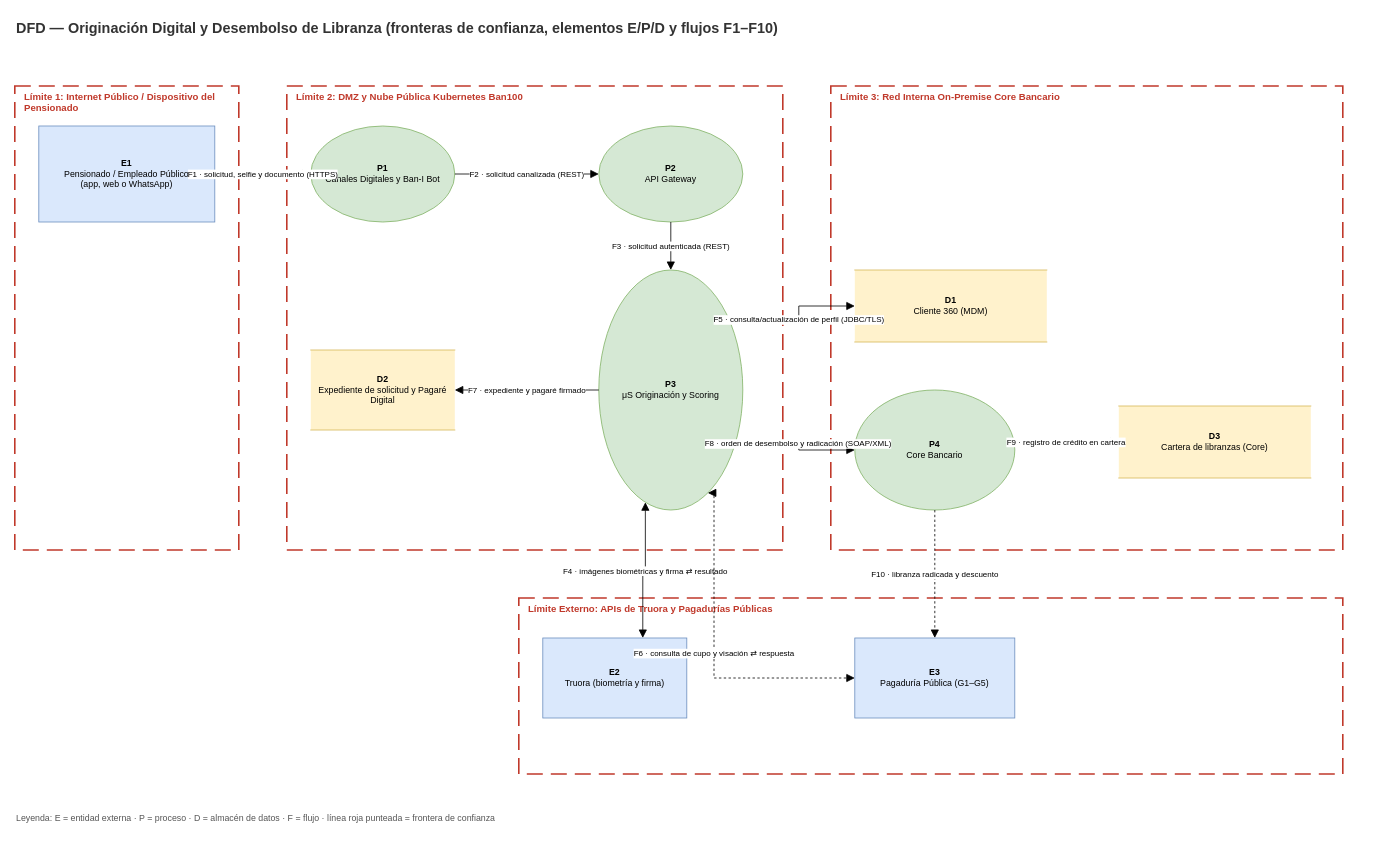
The draw.io diagram 05-seguridad-stride/dfd-originacion-libranza.drawio in samuelguar/AE-Grupo-Ban100, before the edit. Source tidied: cells renumbered, new cells numbered last; positions are measured from the earlier drawing's top-left corner, leaving out a move shared by most shapes. Both pictures are drawn from the tidied source at 80%, with x=0, y=0 at pixel (14, 14).
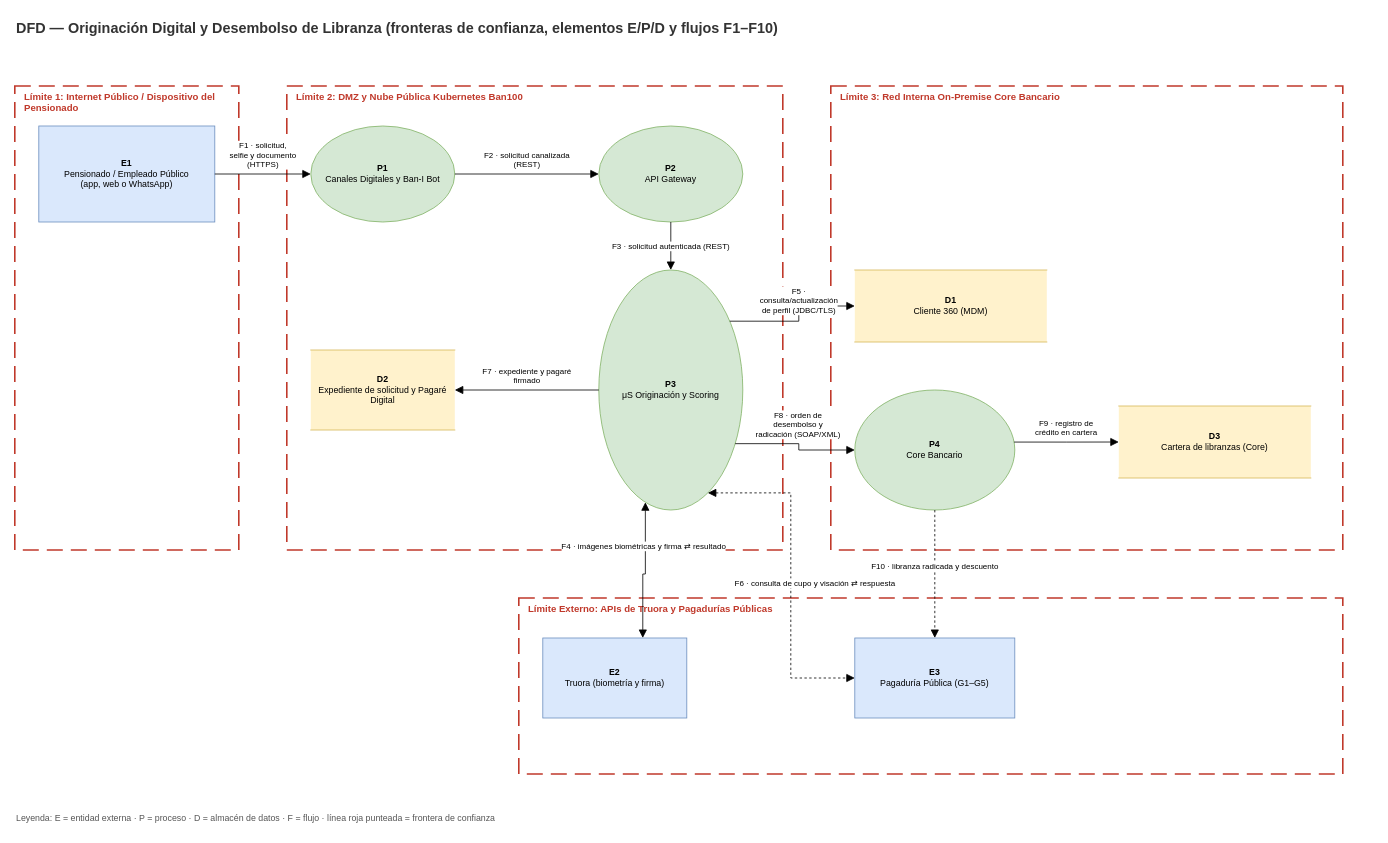
After the change.

The edit, as a diff of the source:
```diff
@@
-    <mxCell id="2" value="&lt;b&gt;DFD — Originación Digital y Desembolso de Libranza (fronteras de confianza, elementos E/P/D y flujos F1–F10)&lt;/b&gt;" style="text;html=1;whiteSpace=wrap;align=left;verticalAlign=middle;fillColor=none;strokeColor=none;labelBackgroundColor=none;fontSize=18;fontColor=#333333;" parent="1" vertex="1">
+    <mxCell id="2" value="&lt;b&gt;DFD — Originación Digital y Desembolso de Libranza (fronteras de confianza, elementos E/P/D y flujos F1–F10)&lt;/b&gt;" style="text;html=1;whiteSpace=wrap;align=left;verticalAlign=middle;fillColor=none;strokeColor=none;labelBackgroundColor=none;fontSize=18;fontColor=#333333;fontFamily=Helvetica;" parent="1" vertex="1">
       <mxGeometry width="1700" height="36" as="geometry" />
     </mxCell>
-    <mxCell id="3" value="Límite 1: Internet Público / Dispositivo del Pensionado" style="rounded=0;whiteSpace=wrap;html=1;dashed=1;dashPattern=10 5;fillColor=none;strokeColor=#c0392b;strokeWidth=2;verticalAlign=top;align=left;spacingLeft=10;fontStyle=1;fontSize=12;fontColor=#c0392b;" parent="1" vertex="1">
+    <mxCell id="3" value="Límite 1: Internet Público / Dispositivo del Pensionado" style="rounded=0;whiteSpace=wrap;html=1;dashed=1;dashPattern=10 5;fillColor=none;strokeColor=#c0392b;strokeWidth=2;verticalAlign=top;align=left;spacingLeft=10;fontStyle=1;fontSize=12;fontColor=#c0392b;fontFamily=Helvetica;" parent="1" vertex="1">
       <mxGeometry y="90" width="280" height="580" as="geometry" />
     </mxCell>
+    <mxCell id="7" value="&lt;b&gt;E1&lt;/b&gt;&lt;br&gt;Pensionado / Empleado Público&lt;br&gt;(app, web o WhatsApp)" style="rounded=0;whiteSpace=wrap;html=1;fillColor=#dae8fc;strokeColor=#6c8ebf;fontSize=11;fontFamily=Helvetica;" parent="3" vertex="1">
+      <mxGeometry x="30" y="50" width="220" height="120" as="geometry" />
+    </mxCell>
-    <mxCell id="4" value="Límite 2: DMZ y Nube Pública Kubernetes Ban100" style="rounded=0;whiteSpace=wrap;html=1;dashed=1;dashPattern=10 5;fillColor=none;strokeColor=#c0392b;strokeWidth=2;verticalAlign=top;align=left;spacingLeft=10;fontStyle=1;fontSize=12;fontColor=#c0392b;" parent="1" vertex="1">
+    <mxCell id="4" value="Límite 2: DMZ y Nube Pública Kubernetes Ban100" style="rounded=0;whiteSpace=wrap;html=1;dashed=1;dashPattern=10 5;fillColor=none;strokeColor=#c0392b;strokeWidth=2;verticalAlign=top;align=left;spacingLeft=10;fontStyle=1;fontSize=12;fontColor=#c0392b;fontFamily=Helvetica;" parent="1" vertex="1">
       <mxGeometry x="340" y="90" width="620" height="580" as="geometry" />
     </mxCell>
-    <mxCell id="5" value="Límite 3: Red Interna On-Premise Core Bancario" style="rounded=0;whiteSpace=wrap;html=1;dashed=1;dashPattern=10 5;fillColor=none;strokeColor=#c0392b;strokeWidth=2;verticalAlign=top;align=left;spacingLeft=10;fontStyle=1;fontSize=12;fontColor=#c0392b;" parent="1" vertex="1">
-      <mxGeometry x="1020" y="90" width="640" height="580" as="geometry" />
-    </mxCell>
-    <mxCell id="6" value="Límite Externo: APIs de Truora y Pagadurías Públicas" style="rounded=0;whiteSpace=wrap;html=1;dashed=1;dashPattern=10 5;fillColor=none;strokeColor=#c0392b;strokeWidth=2;verticalAlign=top;align=left;spacingLeft=10;fontStyle=1;fontSize=12;fontColor=#c0392b;" parent="1" vertex="1">
-      <mxGeometry x="630" y="730" width="1030" height="220" as="geometry" />
-    </mxCell>
-    <mxCell id="7" value="&lt;b&gt;E1&lt;/b&gt;&lt;br&gt;Pensionado / Empleado Público&lt;br&gt;(app, web o WhatsApp)" style="rounded=0;whiteSpace=wrap;html=1;fillColor=#dae8fc;strokeColor=#6c8ebf;fontSize=11;" parent="3" vertex="1">
-      <mxGeometry x="30" y="50" width="220" height="120" as="geometry" />
-    </mxCell>
-    <mxCell id="8" value="&lt;b&gt;P1&lt;/b&gt;&lt;br&gt;Canales Digitales y Ban-I Bot" style="ellipse;whiteSpace=wrap;html=1;fillColor=#d5e8d4;strokeColor=#82b366;fontSize=11;" parent="4" vertex="1">
+    <mxCell id="8" value="&lt;b&gt;P1&lt;/b&gt;&lt;br&gt;Canales Digitales y Ban-I Bot" style="ellipse;whiteSpace=wrap;html=1;fillColor=#d5e8d4;strokeColor=#82b366;fontSize=11;fontFamily=Helvetica;" parent="4" vertex="1">
       <mxGeometry x="30" y="50" width="180" height="120" as="geometry" />
     </mxCell>
-    <mxCell id="9" value="&lt;b&gt;P2&lt;/b&gt;&lt;br&gt;API Gateway" style="ellipse;whiteSpace=wrap;html=1;fillColor=#d5e8d4;strokeColor=#82b366;fontSize=11;" parent="4" vertex="1">
+    <mxCell id="9" value="&lt;b&gt;P2&lt;/b&gt;&lt;br&gt;API Gateway" style="ellipse;whiteSpace=wrap;html=1;fillColor=#d5e8d4;strokeColor=#82b366;fontSize=11;fontFamily=Helvetica;" parent="4" vertex="1">
       <mxGeometry x="390" y="50" width="180" height="120" as="geometry" />
     </mxCell>
-    <mxCell id="10" value="&lt;b&gt;P3&lt;/b&gt;&lt;br&gt;μS Originación y Scoring" style="ellipse;whiteSpace=wrap;html=1;fillColor=#d5e8d4;strokeColor=#82b366;fontSize=11;" parent="4" vertex="1">
+    <mxCell id="10" value="&lt;b&gt;P3&lt;/b&gt;&lt;br&gt;μS Originación y Scoring" style="ellipse;whiteSpace=wrap;html=1;fillColor=#d5e8d4;strokeColor=#82b366;fontSize=11;fontFamily=Helvetica;" parent="4" vertex="1">
       <mxGeometry x="390" y="230" width="180" height="300" as="geometry" />
     </mxCell>
-    <mxCell id="11" value="&lt;b&gt;D2&lt;/b&gt;&lt;br&gt;Expediente de solicitud y Pagaré Digital" style="shape=partialRectangle;whiteSpace=wrap;html=1;left=0;right=0;fillColor=#fff2cc;strokeColor=#d6b656;fontSize=11;" parent="4" vertex="1">
+    <mxCell id="11" value="&lt;b&gt;D2&lt;/b&gt;&lt;br&gt;Expediente de solicitud y Pagaré Digital" style="shape=partialRectangle;whiteSpace=wrap;html=1;left=0;right=0;fillColor=#fff2cc;strokeColor=#d6b656;fontSize=11;fontFamily=Helvetica;" parent="4" vertex="1">
       <mxGeometry x="30" y="330" width="180" height="100" as="geometry" />
     </mxCell>
+    <mxCell id="5" value="Límite 3: Red Interna On-Premise Core Bancario" style="rounded=0;whiteSpace=wrap;html=1;dashed=1;dashPattern=10 5;fillColor=none;strokeColor=#c0392b;strokeWidth=2;verticalAlign=top;align=left;spacingLeft=10;fontStyle=1;fontSize=12;fontColor=#c0392b;fontFamily=Helvetica;" parent="1" vertex="1">
+      <mxGeometry x="1020" y="90" width="640" height="580" as="geometry" />
+    </mxCell>
-    <mxCell id="12" value="&lt;b&gt;D1&lt;/b&gt;&lt;br&gt;Cliente 360 (MDM)" style="shape=partialRectangle;whiteSpace=wrap;html=1;left=0;right=0;fillColor=#fff2cc;strokeColor=#d6b656;fontSize=11;" parent="5" vertex="1">
+    <mxCell id="12" value="&lt;b&gt;D1&lt;/b&gt;&lt;br&gt;Cliente 360 (MDM)" style="shape=partialRectangle;whiteSpace=wrap;html=1;left=0;right=0;fillColor=#fff2cc;strokeColor=#d6b656;fontSize=11;fontFamily=Helvetica;" parent="5" vertex="1">
       <mxGeometry x="30" y="230" width="240" height="90" as="geometry" />
     </mxCell>
-    <mxCell id="13" value="&lt;b&gt;P4&lt;/b&gt;&lt;br&gt;Core Bancario" style="ellipse;whiteSpace=wrap;html=1;fillColor=#d5e8d4;strokeColor=#82b366;fontSize=11;" parent="5" vertex="1">
+    <mxCell id="13" value="&lt;b&gt;P4&lt;/b&gt;&lt;br&gt;Core Bancario" style="ellipse;whiteSpace=wrap;html=1;fillColor=#d5e8d4;strokeColor=#82b366;fontSize=11;fontFamily=Helvetica;" parent="5" vertex="1">
       <mxGeometry x="30" y="380" width="200" height="150" as="geometry" />
     </mxCell>
-    <mxCell id="14" value="&lt;b&gt;D3&lt;/b&gt;&lt;br&gt;Cartera de libranzas (Core)" style="shape=partialRectangle;whiteSpace=wrap;html=1;left=0;right=0;fillColor=#fff2cc;strokeColor=#d6b656;fontSize=11;" parent="5" vertex="1">
+    <mxCell id="14" value="&lt;b&gt;D3&lt;/b&gt;&lt;br&gt;Cartera de libranzas (Core)" style="shape=partialRectangle;whiteSpace=wrap;html=1;left=0;right=0;fillColor=#fff2cc;strokeColor=#d6b656;fontSize=11;fontFamily=Helvetica;" parent="5" vertex="1">
       <mxGeometry x="360" y="400" width="240" height="90" as="geometry" />
     </mxCell>
+    <mxCell id="6" value="Límite Externo: APIs de Truora y Pagadurías Públicas" style="rounded=0;whiteSpace=wrap;html=1;dashed=1;dashPattern=10 5;fillColor=none;strokeColor=#c0392b;strokeWidth=2;verticalAlign=top;align=left;spacingLeft=10;fontStyle=1;fontSize=12;fontColor=#c0392b;fontFamily=Helvetica;" parent="1" vertex="1">
+      <mxGeometry x="630" y="730" width="1030" height="220" as="geometry" />
+    </mxCell>
-    <mxCell id="15" value="&lt;b&gt;E2&lt;/b&gt;&lt;br&gt;Truora (biometría y firma)" style="rounded=0;whiteSpace=wrap;html=1;fillColor=#dae8fc;strokeColor=#6c8ebf;fontSize=11;" parent="6" vertex="1">
+    <mxCell id="15" value="&lt;b&gt;E2&lt;/b&gt;&lt;br&gt;Truora (biometría y firma)" style="rounded=0;whiteSpace=wrap;html=1;fillColor=#dae8fc;strokeColor=#6c8ebf;fontSize=11;fontFamily=Helvetica;" parent="6" vertex="1">
       <mxGeometry x="30" y="50" width="180" height="100" as="geometry" />
     </mxCell>
-    <mxCell id="16" value="&lt;b&gt;E3&lt;/b&gt;&lt;br&gt;Pagaduría Pública (G1–G5)" style="rounded=0;whiteSpace=wrap;html=1;fillColor=#dae8fc;strokeColor=#6c8ebf;fontSize=11;" parent="6" vertex="1">
+    <mxCell id="16" value="&lt;b&gt;E3&lt;/b&gt;&lt;br&gt;Pagaduría Pública (G1–G5)" style="rounded=0;whiteSpace=wrap;html=1;fillColor=#dae8fc;strokeColor=#6c8ebf;fontSize=11;fontFamily=Helvetica;" parent="6" vertex="1">
       <mxGeometry x="420" y="50" width="200" height="100" as="geometry" />
     </mxCell>
-    <mxCell id="17" value="Leyenda: E = entidad externa · P = proceso · D = almacén de datos · F = flujo · línea roja punteada = frontera de confianza" style="text;html=1;whiteSpace=wrap;align=left;verticalAlign=middle;fillColor=none;strokeColor=none;labelBackgroundColor=none;fontSize=11;fontColor=#555555;" parent="1" vertex="1">
+    <mxCell id="17" value="Leyenda: E = entidad externa · P = proceso · D = almacén de datos · F = flujo · línea roja punteada = frontera de confianza" style="text;html=1;whiteSpace=wrap;align=left;verticalAlign=middle;fillColor=none;strokeColor=none;labelBackgroundColor=none;fontSize=11;fontColor=#555555;fontFamily=Helvetica;" parent="1" vertex="1">
       <mxGeometry y="990" width="1500" height="30" as="geometry" />
     </mxCell>
-    <mxCell id="18" value="F1 · solicitud, selfie y documento (HTTPS)" style="edgeStyle=orthogonalEdgeStyle;rounded=0;html=1;fontSize=10;endArrow=block;endFill=1;endSize=8;exitX=1.0000;exitY=0.5000;exitDx=0;exitDy=0;entryX=0.0000;entryY=0.5000;entryDx=0;entryDy=0;" parent="1" edge="1" source="7" target="8">
-      <mxGeometry relative="1" as="geometry" />
+    <mxCell id="18" value="F1 · solicitud,&lt;br&gt;selfie y documento&lt;br&gt;(HTTPS)" style="edgeStyle=orthogonalEdgeStyle;rounded=0;html=1;fontSize=10;endArrow=block;endFill=1;endSize=8;exitX=1.0000;exitY=0.5000;exitDx=0;exitDy=0;entryX=0.0000;entryY=0.5000;entryDx=0;entryDy=0;fontFamily=Helvetica;" parent="1" edge="1" source="7" target="8">
+      <mxGeometry relative="1" as="geometry">
+        <mxPoint y="-24.5" as="offset" />
+      </mxGeometry>
     </mxCell>
-    <mxCell id="19" value="F2 · solicitud canalizada (REST)" style="edgeStyle=orthogonalEdgeStyle;rounded=0;html=1;fontSize=10;endArrow=block;endFill=1;endSize=8;exitX=1.0000;exitY=0.5000;exitDx=0;exitDy=0;entryX=0.0000;entryY=0.5000;entryDx=0;entryDy=0;" parent="1" edge="1" source="8" target="9">
-      <mxGeometry relative="1" as="geometry" />
+    <mxCell id="19" value="F2 · solicitud canalizada&lt;br&gt;(REST)" style="edgeStyle=orthogonalEdgeStyle;rounded=0;html=1;fontSize=10;endArrow=block;endFill=1;endSize=8;exitX=1.0000;exitY=0.5000;exitDx=0;exitDy=0;entryX=0.0000;entryY=0.5000;entryDx=0;entryDy=0;fontFamily=Helvetica;" parent="1" edge="1" source="8" target="9">
+      <mxGeometry relative="1" as="geometry">
+        <mxPoint y="-18" as="offset" />
+      </mxGeometry>
     </mxCell>
-    <mxCell id="20" value="F3 · solicitud autenticada (REST)" style="edgeStyle=orthogonalEdgeStyle;rounded=0;html=1;fontSize=10;endArrow=block;endFill=1;endSize=8;exitX=0.5000;exitY=1.0000;exitDx=0;exitDy=0;entryX=0.5000;entryY=0.0000;entryDx=0;entryDy=0;" parent="1" edge="1" source="9" target="10">
+    <mxCell id="20" value="F3 · solicitud autenticada (REST)" style="edgeStyle=orthogonalEdgeStyle;rounded=0;html=1;fontSize=10;endArrow=block;endFill=1;endSize=8;exitX=0.5000;exitY=1.0000;exitDx=0;exitDy=0;entryX=0.5000;entryY=0.0000;entryDx=0;entryDy=0;fontFamily=Helvetica;" parent="1" edge="1" source="9" target="10">
       <mxGeometry relative="1" as="geometry" />
     </mxCell>
-    <mxCell id="21" value="F4 · imágenes biométricas y firma ⇄ resultado" style="edgeStyle=orthogonalEdgeStyle;rounded=0;html=1;fontSize=10;endArrow=block;endFill=1;endSize=8;startArrow=block;startFill=1;startSize=8;exitX=0.3056;exitY=1.0000;exitDx=0;exitDy=0;entryX=0.6944;entryY=0.0000;entryDx=0;entryDy=0;" parent="1" edge="1" source="10" target="15">
-      <mxGeometry relative="1" as="geometry" />
+    <mxCell id="21" value="F4 · imágenes biométricas y firma ⇄ resultado" style="edgeStyle=orthogonalEdgeStyle;rounded=0;html=1;fontSize=10;endArrow=block;endFill=1;endSize=8;startArrow=block;startFill=1;startSize=8;exitX=0.3056;exitY=1.0000;exitDx=0;exitDy=0;entryX=0.6944;entryY=0.0000;entryDx=0;entryDy=0;fontFamily=Helvetica;" parent="1" edge="1" source="10" target="15">
+      <mxGeometry x="0.07" y="-35" relative="1" as="geometry" />
     </mxCell>
-    <mxCell id="22" value="F5 · consulta/actualización de perfil (JDBC/TLS)" style="edgeStyle=orthogonalEdgeStyle;rounded=0;html=1;fontSize=10;endArrow=block;endFill=1;endSize=8;exitX=1.0000;exitY=0.1500;exitDx=0;exitDy=0;entryX=0.0000;entryY=0.5000;entryDx=0;entryDy=0;" parent="1" edge="1" source="10" target="12">
-      <mxGeometry relative="1" as="geometry" />
+    <mxCell id="22" value="F5 ·&lt;br&gt;consulta/actualización&lt;br&gt;de perfil (JDBC/TLS)" style="edgeStyle=orthogonalEdgeStyle;rounded=0;html=1;fontSize=10;endArrow=block;endFill=1;endSize=8;exitX=1.0000;exitY=0.1500;exitDx=0;exitDy=0;entryX=0.0000;entryY=0.5000;entryDx=0;entryDy=0;fontFamily=Helvetica;" parent="1" edge="1" source="10" target="12">
+      <mxGeometry relative="1" as="geometry">
+        <mxPoint y="-24.5" as="offset" />
+      </mxGeometry>
     </mxCell>
-    <mxCell id="23" value="F6 · consulta de cupo y visación ⇄ respuesta" style="edgeStyle=orthogonalEdgeStyle;rounded=0;html=1;fontSize=10;endArrow=block;endFill=1;endSize=8;startArrow=block;startFill=1;startSize=8;dashed=1;exitX=0.8000;exitY=1.0000;exitDx=0;exitDy=0;entryX=0.0000;entryY=0.5000;entryDx=0;entryDy=0;" parent="1" edge="1" source="10" target="16">
-      <mxGeometry relative="1" as="geometry">
+    <mxCell id="23" value="F6 · consulta de cupo y visación ⇄ respuesta" style="edgeStyle=orthogonalEdgeStyle;rounded=0;html=1;fontSize=10;endArrow=block;endFill=1;endSize=8;startArrow=block;startFill=1;startSize=8;dashed=1;exitX=0.8000;exitY=1.0000;exitDx=0;exitDy=0;entryX=0.0000;entryY=0.5000;entryDx=0;entryDy=0;fontFamily=Helvetica;" parent="1" edge="1" source="10" target="16">
+      <mxGeometry x="0.04" y="30" relative="1" as="geometry">
         <Array as="points">
-          <mxPoint x="874" y="830" />
+          <mxPoint x="970" y="598.6" />
+          <mxPoint x="970" y="830" />
         </Array>
       </mxGeometry>
     </mxCell>
-    <mxCell id="24" value="F7 · expediente y pagaré firmado" style="edgeStyle=orthogonalEdgeStyle;rounded=0;html=1;fontSize=10;endArrow=block;endFill=1;endSize=8;exitX=0.0000;exitY=0.5000;exitDx=0;exitDy=0;entryX=1.0000;entryY=0.5000;entryDx=0;entryDy=0;" parent="1" edge="1" source="10" target="11">
-      <mxGeometry relative="1" as="geometry" />
+    <mxCell id="24" value="F7 · expediente y pagaré&lt;br&gt;firmado" style="edgeStyle=orthogonalEdgeStyle;rounded=0;html=1;fontSize=10;endArrow=block;endFill=1;endSize=8;exitX=0.0000;exitY=0.5000;exitDx=0;exitDy=0;entryX=1.0000;entryY=0.5000;entryDx=0;entryDy=0;fontFamily=Helvetica;" parent="1" edge="1" source="10" target="11">
+      <mxGeometry relative="1" as="geometry">
+        <mxPoint y="-18" as="offset" />
+      </mxGeometry>
     </mxCell>
-    <mxCell id="25" value="F8 · orden de desembolso y radicación (SOAP/XML)" style="edgeStyle=orthogonalEdgeStyle;rounded=0;html=1;fontSize=10;endArrow=block;endFill=1;endSize=8;exitX=1.0000;exitY=0.7500;exitDx=0;exitDy=0;entryX=0.0000;entryY=0.5000;entryDx=0;entryDy=0;" parent="1" edge="1" source="10" target="13">
-      <mxGeometry relative="1" as="geometry" />
+    <mxCell id="25" value="F8 · orden de&lt;br&gt;desembolso y&lt;br&gt;radicación (SOAP/XML)" style="edgeStyle=orthogonalEdgeStyle;rounded=0;html=1;fontSize=10;endArrow=block;endFill=1;endSize=8;exitX=1.0000;exitY=0.7500;exitDx=0;exitDy=0;entryX=0.0000;entryY=0.5000;entryDx=0;entryDy=0;fontFamily=Helvetica;" parent="1" edge="1" source="10" target="13">
+      <mxGeometry relative="1" as="geometry">
+        <mxPoint y="-24.5" as="offset" />
+      </mxGeometry>
     </mxCell>
-    <mxCell id="26" value="F9 · registro de crédito en cartera" style="edgeStyle=orthogonalEdgeStyle;rounded=0;html=1;fontSize=10;endArrow=block;endFill=1;endSize=8;exitX=1.0000;exitY=0.4333;exitDx=0;exitDy=0;entryX=0.0000;entryY=0.5000;entryDx=0;entryDy=0;" parent="1" edge="1" source="13" target="14">
-      <mxGeometry relative="1" as="geometry" />
+    <mxCell id="26" value="F9 · registro de&lt;br&gt;crédito en cartera" style="edgeStyle=orthogonalEdgeStyle;rounded=0;html=1;fontSize=10;endArrow=block;endFill=1;endSize=8;exitX=1.0000;exitY=0.4333;exitDx=0;exitDy=0;entryX=0.0000;entryY=0.5000;entryDx=0;entryDy=0;fontFamily=Helvetica;" parent="1" edge="1" source="13" target="14">
+      <mxGeometry relative="1" as="geometry">
+        <mxPoint y="-18" as="offset" />
+      </mxGeometry>
     </mxCell>
-    <mxCell id="27" value="F10 · libranza radicada y descuento" style="edgeStyle=orthogonalEdgeStyle;rounded=0;html=1;fontSize=10;endArrow=block;endFill=1;endSize=8;dashed=1;exitX=0.5000;exitY=1.0000;exitDx=0;exitDy=0;entryX=0.5000;entryY=0.0000;entryDx=0;entryDy=0;" parent="1" edge="1" source="13" target="16">
-      <mxGeometry relative="1" as="geometry" />
+    <mxCell id="27" value="F10 · libranza radicada y descuento" style="edgeStyle=orthogonalEdgeStyle;rounded=0;html=1;fontSize=10;endArrow=block;endFill=1;endSize=8;dashed=1;exitX=0.5000;exitY=1.0000;exitDx=0;exitDy=0;entryX=0.5000;entryY=0.0000;entryDx=0;entryDy=0;fontFamily=Helvetica;" parent="1" edge="1" source="13" target="16">
+      <mxGeometry x="-0.12" relative="1" as="geometry" />
     </mxCell>
```
